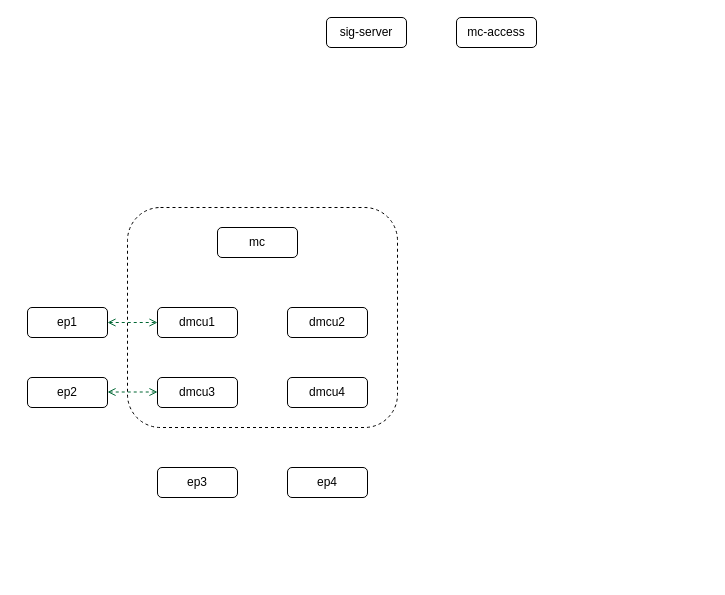
Above: Untitled Diagram.drawio in Liaozengxiang/test (draw.io), before the change. Source tidied: cells renumbered, new cells numbered last; positions are measured from the earlier drawing's top-left corner, leaving out a move shared by most shapes. Both pictures are drawn from the tidied source at 100%, with x=0, y=0 at pixel (27, 17).
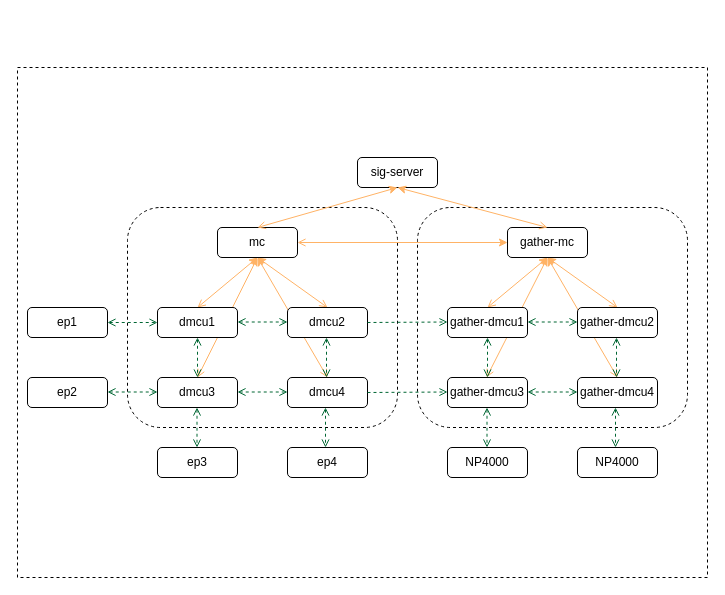
After the change.

Commit message:
单向网络架构-监端

Unchanged cells that the change refers to:
```xml
<mxCell id="5" value="mc" style="rounded=1;whiteSpace=wrap;html=1;" parent="1" vertex="1">
  <mxGeometry x="190" y="210" width="80" height="30" as="geometry" />
</mxCell>
<mxCell id="6" value="dmcu1" style="rounded=1;whiteSpace=wrap;html=1;" parent="1" vertex="1">
  <mxGeometry x="130" y="290" width="80" height="30" as="geometry" />
</mxCell>
<mxCell id="7" value="dmcu2" style="rounded=1;whiteSpace=wrap;html=1;" parent="1" vertex="1">
  <mxGeometry x="260" y="290" width="80" height="30" as="geometry" />
</mxCell>
<mxCell id="8" value="dmcu3" style="rounded=1;whiteSpace=wrap;html=1;" parent="1" vertex="1">
  <mxGeometry x="130" y="360" width="80" height="30" as="geometry" />
</mxCell>
<mxCell id="9" value="dmcu4" style="rounded=1;whiteSpace=wrap;html=1;" parent="1" vertex="1">
  <mxGeometry x="260" y="360" width="80" height="30" as="geometry" />
</mxCell>
```

What changed in the source:
```diff
@@
+    <mxCell id="16" style="rounded=0;whiteSpace=wrap;html=1;shadow=0;dashed=1;strokeWidth=1;" parent="1" vertex="1">
+      <mxGeometry x="-10" y="50" width="690" height="510" as="geometry" />
+    </mxCell>
+    <mxCell id="17" style="rounded=1;whiteSpace=wrap;html=1;dashed=1;shadow=0;strokeWidth=1;perimeterSpacing=0;" parent="1" vertex="1">
+      <mxGeometry x="390" y="190" width="270" height="220" as="geometry" />
+    </mxCell>
+    <mxCell id="18" style="endArrow=classic;html=1;rounded=0;strokeColor=#FFB366;startArrow=open;startFill=0;exitX=0.5;exitY=0;exitDx=0;exitDy=0;" parent="1" edge="1" source="33">
+      <mxGeometry relative="1" as="geometry">
+        <mxPoint x="520" y="240" as="targetPoint" />
+      </mxGeometry>
+    </mxCell>
+    <mxCell id="19" style="endArrow=classic;html=1;rounded=0;strokeColor=#FFB366;startArrow=open;startFill=0;entryX=0.5;entryY=1;entryDx=0;entryDy=0;" parent="1" edge="1" target="32">
+      <mxGeometry relative="1" as="geometry">
+        <mxPoint x="590" y="360" as="sourcePoint" />
+      </mxGeometry>
+    </mxCell>
+    <mxCell id="20" style="endArrow=classic;html=1;rounded=0;strokeColor=#FFB366;startArrow=open;startFill=0;entryX=0.5;entryY=1;entryDx=0;entryDy=0;" parent="1" edge="1" target="32">
+      <mxGeometry relative="1" as="geometry">
+        <mxPoint x="590" y="290" as="sourcePoint" />
+      </mxGeometry>
+    </mxCell>
+    <mxCell id="21" style="endArrow=classic;html=1;rounded=0;strokeColor=#FFB366;startArrow=open;startFill=0;" parent="1" edge="1">
+      <mxGeometry relative="1" as="geometry">
+        <mxPoint x="459" y="360" as="sourcePoint" />
+        <mxPoint x="520" y="240" as="targetPoint" />
+      </mxGeometry>
+    </mxCell>
@@
+    <mxCell id="22" style="endArrow=classic;html=1;rounded=0;strokeColor=#FFB366;startArrow=open;startFill=0;" parent="1" edge="1">
+      <mxGeometry relative="1" as="geometry">
+        <mxPoint x="170" y="290" as="sourcePoint" />
+        <mxPoint x="230" y="240" as="targetPoint" />
+      </mxGeometry>
+    </mxCell>
+    <mxCell id="23" style="endArrow=classic;html=1;rounded=0;strokeColor=#FFB366;startArrow=open;startFill=0;" parent="1" edge="1">
+      <mxGeometry relative="1" as="geometry">
+        <mxPoint x="170" y="360" as="sourcePoint" />
+        <mxPoint x="230" y="240" as="targetPoint" />
+      </mxGeometry>
+    </mxCell>
+    <mxCell id="24" style="endArrow=classic;html=1;rounded=0;strokeColor=#FFB366;startArrow=open;startFill=0;entryX=0.5;entryY=1;entryDx=0;entryDy=0;" parent="1" edge="1" target="5">
+      <mxGeometry relative="1" as="geometry">
+        <mxPoint x="300" y="360" as="sourcePoint" />
+      </mxGeometry>
+    </mxCell>
+    <mxCell id="25" style="endArrow=classic;html=1;rounded=0;strokeColor=#FFB366;startArrow=open;startFill=0;exitX=0.5;exitY=0;exitDx=0;exitDy=0;entryX=0.5;entryY=1;entryDx=0;entryDy=0;" parent="1" edge="1" source="7" target="5">
+      <mxGeometry relative="1" as="geometry" />
+    </mxCell>
     <mxCell id="3" value="sig-server" style="rounded=1;whiteSpace=wrap;html=1;" parent="1" vertex="1">
-      <mxGeometry x="299" width="80" height="30" as="geometry" />
+      <mxGeometry x="330" y="140" width="80" height="30" as="geometry" />
     </mxCell>
-    <mxCell id="4" value="mc-access" style="rounded=1;whiteSpace=wrap;html=1;" parent="1" vertex="1">
-      <mxGeometry x="429" width="80" height="30" as="geometry" />
-    </mxCell>
@@
     <mxCell id="12" value="ep3" style="rounded=1;whiteSpace=wrap;html=1;" parent="1" vertex="1">
-      <mxGeometry x="130" y="450" width="80" height="30" as="geometry" />
+      <mxGeometry x="130" y="430" width="80" height="30" as="geometry" />
     </mxCell>
     <mxCell id="13" value="ep4" style="rounded=1;whiteSpace=wrap;html=1;" parent="1" vertex="1">
-      <mxGeometry x="260" y="450" width="80" height="30" as="geometry" />
+      <mxGeometry x="260" y="430" width="80" height="30" as="geometry" />
     </mxCell>
@@
+    <mxCell id="26" style="endArrow=open;startArrow=open;html=1;exitX=1;exitY=0.5;exitDx=0;exitDy=0;entryX=0;entryY=0.5;entryDx=0;entryDy=0;entryPerimeter=0;rounded=0;endFill=0;startFill=0;dashed=1;strokeColor=#006633;" parent="1" edge="1">
+      <mxGeometry relative="1" as="geometry">
+        <mxPoint x="210" y="304.5" as="sourcePoint" />
+        <mxPoint x="260" y="304.5" as="targetPoint" />
+      </mxGeometry>
+    </mxCell>
+    <mxCell id="27" style="endArrow=open;startArrow=open;html=1;exitX=1;exitY=0.5;exitDx=0;exitDy=0;entryX=0;entryY=0.5;entryDx=0;entryDy=0;entryPerimeter=0;rounded=0;endFill=0;startFill=0;dashed=1;strokeColor=#006633;" parent="1" edge="1">
+      <mxGeometry relative="1" as="geometry">
+        <mxPoint x="210" y="374.5" as="sourcePoint" />
+        <mxPoint x="260" y="374.5" as="targetPoint" />
+      </mxGeometry>
+    </mxCell>
+    <mxCell id="28" style="endArrow=open;startArrow=open;html=1;entryX=0.5;entryY=0;entryDx=0;entryDy=0;rounded=0;endFill=0;startFill=0;dashed=1;strokeColor=#006633;exitX=0.5;exitY=1;exitDx=0;exitDy=0;" parent="1" edge="1" source="6" target="8">
+      <mxGeometry relative="1" as="geometry" />
+    </mxCell>
+    <mxCell id="29" style="endArrow=open;startArrow=open;html=1;entryX=0.5;entryY=0;entryDx=0;entryDy=0;rounded=0;endFill=0;startFill=0;dashed=1;strokeColor=#006633;exitX=0.5;exitY=1;exitDx=0;exitDy=0;" parent="1" edge="1">
+      <mxGeometry relative="1" as="geometry">
+        <mxPoint x="299" y="320" as="sourcePoint" />
+        <mxPoint x="299" y="360" as="targetPoint" />
+      </mxGeometry>
+    </mxCell>
+    <mxCell id="30" style="endArrow=open;startArrow=open;html=1;entryX=0.5;entryY=0;entryDx=0;entryDy=0;rounded=0;endFill=0;startFill=0;dashed=1;strokeColor=#006633;exitX=0.5;exitY=1;exitDx=0;exitDy=0;" parent="1" edge="1">
+      <mxGeometry relative="1" as="geometry">
+        <mxPoint x="169.5" y="390" as="sourcePoint" />
+        <mxPoint x="169.5" y="430" as="targetPoint" />
+      </mxGeometry>
+    </mxCell>
+    <mxCell id="31" style="endArrow=open;startArrow=open;html=1;entryX=0.5;entryY=0;entryDx=0;entryDy=0;rounded=0;endFill=0;startFill=0;dashed=1;strokeColor=#006633;exitX=0.5;exitY=1;exitDx=0;exitDy=0;" parent="1" edge="1">
+      <mxGeometry relative="1" as="geometry">
+        <mxPoint x="298" y="390" as="sourcePoint" />
+        <mxPoint x="298" y="430" as="targetPoint" />
+      </mxGeometry>
+    </mxCell>
+    <mxCell id="32" value="gather-mc" style="rounded=1;whiteSpace=wrap;html=1;" parent="1" vertex="1">
+      <mxGeometry x="480" y="210" width="80" height="30" as="geometry" />
+    </mxCell>
+    <mxCell id="33" value="gather-dmcu1" style="rounded=1;whiteSpace=wrap;html=1;" parent="1" vertex="1">
+      <mxGeometry x="420" y="290" width="80" height="30" as="geometry" />
+    </mxCell>
+    <mxCell id="34" value="gather-dmcu2" style="rounded=1;whiteSpace=wrap;html=1;" parent="1" vertex="1">
+      <mxGeometry x="550" y="290" width="80" height="30" as="geometry" />
+    </mxCell>
+    <mxCell id="35" value="gather-dmcu3" style="rounded=1;whiteSpace=wrap;html=1;" parent="1" vertex="1">
+      <mxGeometry x="420" y="360" width="80" height="30" as="geometry" />
+    </mxCell>
+    <mxCell id="36" value="gather-dmcu4" style="rounded=1;whiteSpace=wrap;html=1;" parent="1" vertex="1">
+      <mxGeometry x="550" y="360" width="80" height="30" as="geometry" />
+    </mxCell>
+    <mxCell id="37" value="NP4000" style="rounded=1;whiteSpace=wrap;html=1;" parent="1" vertex="1">
+      <mxGeometry x="420" y="430" width="80" height="30" as="geometry" />
+    </mxCell>
+    <mxCell id="38" value="NP4000" style="rounded=1;whiteSpace=wrap;html=1;" parent="1" vertex="1">
+      <mxGeometry x="550" y="430" width="80" height="30" as="geometry" />
+    </mxCell>
+    <mxCell id="39" style="endArrow=open;startArrow=open;html=1;exitX=1;exitY=0.5;exitDx=0;exitDy=0;entryX=0;entryY=0.5;entryDx=0;entryDy=0;entryPerimeter=0;rounded=0;endFill=0;startFill=0;dashed=1;strokeColor=#006633;" parent="1" edge="1">
+      <mxGeometry relative="1" as="geometry">
+        <mxPoint x="500" y="304.5" as="sourcePoint" />
+        <mxPoint x="550" y="304.5" as="targetPoint" />
+      </mxGeometry>
+    </mxCell>
+    <mxCell id="40" style="endArrow=open;startArrow=open;html=1;exitX=1;exitY=0.5;exitDx=0;exitDy=0;entryX=0;entryY=0.5;entryDx=0;entryDy=0;entryPerimeter=0;rounded=0;endFill=0;startFill=0;dashed=1;strokeColor=#006633;" parent="1" edge="1">
+      <mxGeometry relative="1" as="geometry">
+        <mxPoint x="500" y="374.5" as="sourcePoint" />
+        <mxPoint x="550" y="374.5" as="targetPoint" />
+      </mxGeometry>
+    </mxCell>
+    <mxCell id="41" style="endArrow=open;startArrow=open;html=1;entryX=0.5;entryY=0;entryDx=0;entryDy=0;rounded=0;endFill=0;startFill=0;dashed=1;strokeColor=#006633;exitX=0.5;exitY=1;exitDx=0;exitDy=0;" parent="1" edge="1" source="33" target="35">
+      <mxGeometry relative="1" as="geometry" />
+    </mxCell>
+    <mxCell id="42" style="endArrow=open;startArrow=open;html=1;entryX=0.5;entryY=0;entryDx=0;entryDy=0;rounded=0;endFill=0;startFill=0;dashed=1;strokeColor=#006633;exitX=0.5;exitY=1;exitDx=0;exitDy=0;" parent="1" edge="1">
+      <mxGeometry relative="1" as="geometry">
+        <mxPoint x="589" y="320" as="sourcePoint" />
+        <mxPoint x="589" y="360" as="targetPoint" />
+      </mxGeometry>
+    </mxCell>
+    <mxCell id="43" style="endArrow=open;startArrow=open;html=1;entryX=0.5;entryY=0;entryDx=0;entryDy=0;rounded=0;endFill=0;startFill=0;dashed=1;strokeColor=#006633;exitX=0.5;exitY=1;exitDx=0;exitDy=0;" parent="1" edge="1">
+      <mxGeometry relative="1" as="geometry">
+        <mxPoint x="459.5" y="390" as="sourcePoint" />
+        <mxPoint x="459.5" y="430" as="targetPoint" />
+      </mxGeometry>
+    </mxCell>
+    <mxCell id="44" style="endArrow=open;startArrow=open;html=1;entryX=0.5;entryY=0;entryDx=0;entryDy=0;rounded=0;endFill=0;startFill=0;dashed=1;strokeColor=#006633;exitX=0.5;exitY=1;exitDx=0;exitDy=0;" parent="1" edge="1">
+      <mxGeometry relative="1" as="geometry">
+        <mxPoint x="588" y="390" as="sourcePoint" />
+        <mxPoint x="588" y="430" as="targetPoint" />
+      </mxGeometry>
+    </mxCell>
+    <mxCell id="45" style="endArrow=classic;html=1;rounded=0;strokeColor=#FFB366;startArrow=open;startFill=0;exitX=0.5;exitY=0;exitDx=0;exitDy=0;" parent="1" edge="1" source="5">
+      <mxGeometry relative="1" as="geometry">
+        <mxPoint x="370" y="170" as="targetPoint" />
+      </mxGeometry>
+    </mxCell>
+    <mxCell id="46" style="endArrow=classic;html=1;rounded=0;strokeColor=#FFB366;startArrow=open;startFill=0;exitX=0.5;exitY=0;exitDx=0;exitDy=0;" parent="1" edge="1" source="32">
+      <mxGeometry relative="1" as="geometry">
+        <mxPoint x="370" y="170" as="targetPoint" />
+      </mxGeometry>
+    </mxCell>
+    <mxCell id="47" style="endArrow=classic;html=1;rounded=0;strokeColor=#FFB366;startArrow=open;startFill=0;entryX=0;entryY=0.5;entryDx=0;entryDy=0;exitX=1;exitY=0.5;exitDx=0;exitDy=0;" parent="1" edge="1" source="5" target="32">
+      <mxGeometry relative="1" as="geometry" />
+    </mxCell>
+    <mxCell id="48" style="endArrow=open;startArrow=none;html=1;exitX=1;exitY=0.5;exitDx=0;exitDy=0;entryX=0;entryY=0.5;entryDx=0;entryDy=0;entryPerimeter=0;rounded=0;endFill=0;startFill=0;dashed=1;strokeColor=#006633;" parent="1" edge="1" source="7">
+      <mxGeometry relative="1" as="geometry">
+        <mxPoint x="420" y="304.5" as="targetPoint" />
+      </mxGeometry>
+    </mxCell>
+    <mxCell id="49" style="endArrow=open;startArrow=none;html=1;exitX=1;exitY=0.5;exitDx=0;exitDy=0;entryX=0;entryY=0.5;entryDx=0;entryDy=0;entryPerimeter=0;rounded=0;endFill=0;startFill=0;dashed=1;strokeColor=#006633;" parent="1" edge="1" source="9">
+      <mxGeometry relative="1" as="geometry">
+        <mxPoint x="420" y="374.5" as="targetPoint" />
+      </mxGeometry>
+    </mxCell>
```
